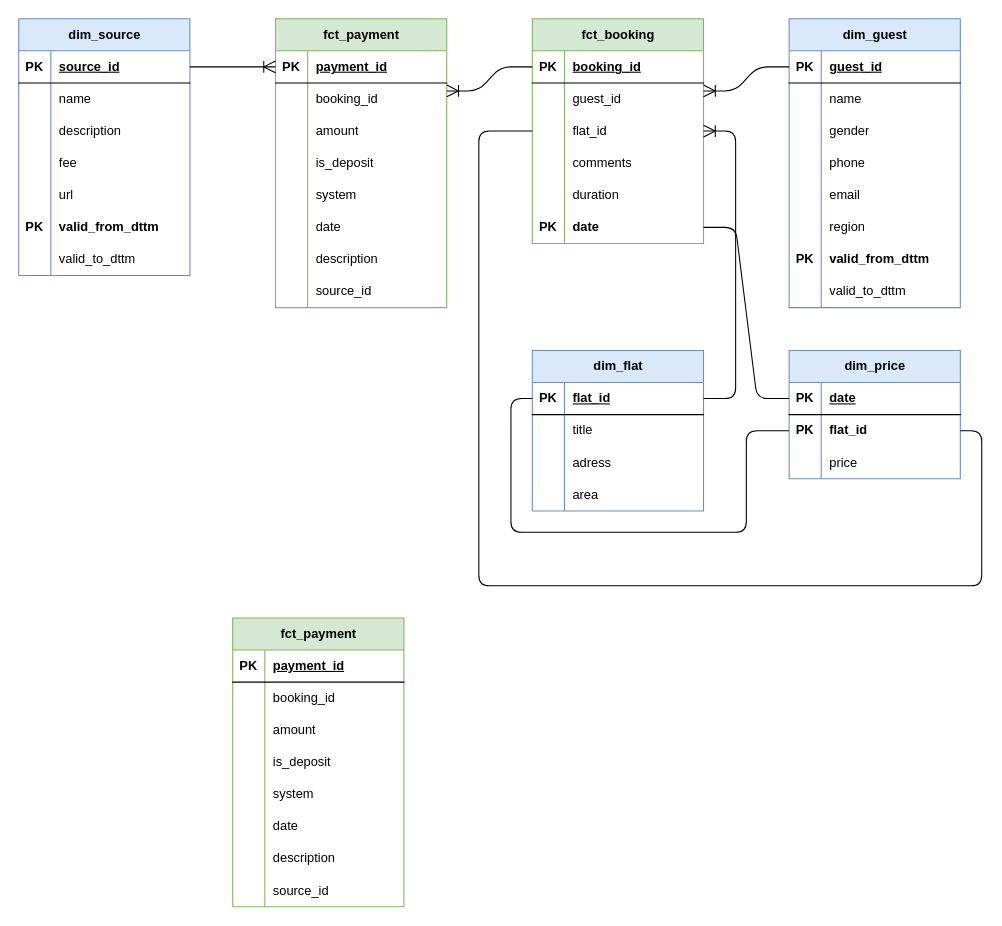
The draw.io diagram page "dimension_modelling" (1 of 3) of dwh_flates.drawio in sanekalas/karpov_de, before the edit. Source tidied: cells renumbered, new cells numbered last; positions are measured from the earlier drawing's top-left corner, leaving out a move shared by most shapes. Both pictures are drawn from the tidied source at 107%, with x=0, y=0 at pixel (18, 18).
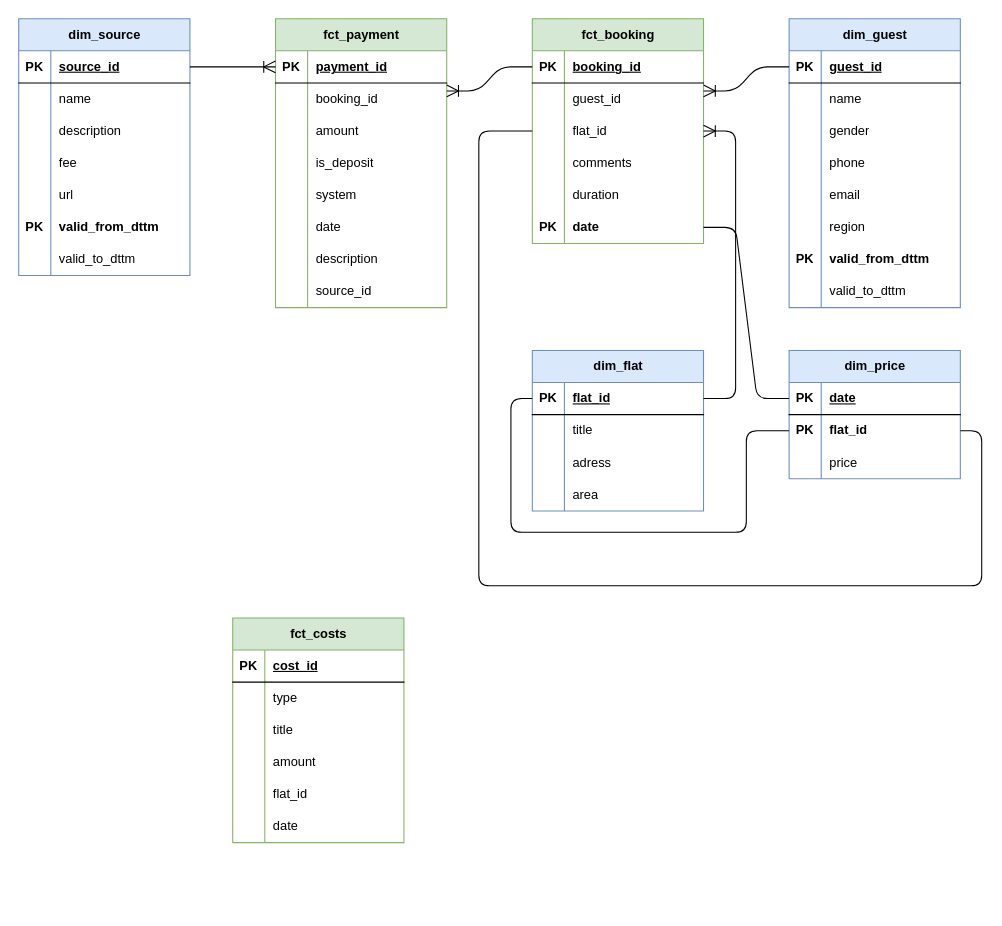
After the change.

Commit message:
Добавление fct_costs в dwh_flates.drawio

Unchanged cells that the change refers to:
```xml
<mxCell id="125" style="shape=tableRow;horizontal=0;startSize=0;swimlaneHead=0;swimlaneBody=0;fillColor=none;top=0;left=0;right=0;bottom=1;" parent="124" vertex="1">
  <mxGeometry y="30" width="160" height="30" as="geometry" />
</mxCell>
<mxCell id="128" style="shape=tableRow;horizontal=0;startSize=0;swimlaneHead=0;swimlaneBody=0;fillColor=none;top=0;left=0;right=0;bottom=0;" parent="124" vertex="1">
  <mxGeometry y="60" width="160" height="30" as="geometry" />
</mxCell>
<mxCell id="131" style="shape=tableRow;horizontal=0;startSize=0;swimlaneHead=0;swimlaneBody=0;fillColor=none;top=0;left=0;right=0;bottom=0;" parent="124" vertex="1">
  <mxGeometry y="90" width="160" height="30" as="geometry" />
</mxCell>
<mxCell id="134" style="shape=tableRow;horizontal=0;startSize=0;swimlaneHead=0;swimlaneBody=0;fillColor=none;top=0;left=0;right=0;bottom=0;" parent="124" vertex="1">
  <mxGeometry y="120" width="160" height="30" as="geometry" />
</mxCell>
<mxCell id="137" style="shape=tableRow;horizontal=0;startSize=0;swimlaneHead=0;swimlaneBody=0;fillColor=none;top=0;left=0;right=0;bottom=0;" parent="124" vertex="1">
  <mxGeometry y="150" width="160" height="30" as="geometry" />
</mxCell>
```

Change to the diagram source:
```diff
@@
-    <mxCell id="124" value="fct_payment" style="shape=table;startSize=30;childLayout=tableLayout;rowLines=0;fontStyle=1;align=center;html=1;fillColor=#d5e8d4;strokeColor=#82b366;" parent="1" vertex="1">
-      <mxGeometry x="200" y="560" width="160" height="270" as="geometry" />
+    <mxCell id="124" value="fct_costs" style="shape=table;startSize=30;childLayout=tableLayout;rowLines=0;fontStyle=1;align=center;html=1;fillColor=#d5e8d4;strokeColor=#82b366;" parent="1" vertex="1">
+      <mxGeometry x="200" y="560" width="160" height="210" as="geometry" />
     </mxCell>
@@
-    <mxCell id="127" value="payment_id" style="shape=partialRectangle;fillColor=none;top=0;left=0;bottom=0;right=0;align=left;spacingLeft=6;fontStyle=5;overflow=hidden;whiteSpace=wrap;html=1;" parent="125" vertex="1">
+    <mxCell id="127" value="cost_id" style="shape=partialRectangle;fillColor=none;top=0;left=0;bottom=0;right=0;align=left;spacingLeft=6;fontStyle=5;overflow=hidden;whiteSpace=wrap;html=1;" parent="125" vertex="1">
       <mxGeometry x="30" width="130" height="30" as="geometry" />
     </mxCell>
@@
-    <mxCell id="130" value="booking_id" style="shape=partialRectangle;fillColor=none;top=0;left=0;bottom=0;right=0;align=left;spacingLeft=6;overflow=hidden;whiteSpace=wrap;html=1;" parent="128" vertex="1">
+    <mxCell id="130" value="type" style="shape=partialRectangle;fillColor=none;top=0;left=0;bottom=0;right=0;align=left;spacingLeft=6;overflow=hidden;whiteSpace=wrap;html=1;" parent="128" vertex="1">
       <mxGeometry x="30" width="130" height="30" as="geometry" />
     </mxCell>
@@
-    <mxCell id="133" value="amount" style="shape=partialRectangle;fillColor=none;top=0;left=0;bottom=0;right=0;align=left;spacingLeft=6;overflow=hidden;whiteSpace=wrap;html=1;" parent="131" vertex="1">
+    <mxCell id="133" value="title" style="shape=partialRectangle;fillColor=none;top=0;left=0;bottom=0;right=0;align=left;spacingLeft=6;overflow=hidden;whiteSpace=wrap;html=1;" parent="131" vertex="1">
       <mxGeometry x="30" width="130" height="30" as="geometry" />
     </mxCell>
@@
-    <mxCell id="136" value="is_deposit" style="shape=partialRectangle;fillColor=none;top=0;left=0;bottom=0;right=0;align=left;spacingLeft=6;overflow=hidden;whiteSpace=wrap;html=1;" parent="134" vertex="1">
+    <mxCell id="136" value="amount" style="shape=partialRectangle;fillColor=none;top=0;left=0;bottom=0;right=0;align=left;spacingLeft=6;overflow=hidden;whiteSpace=wrap;html=1;" parent="134" vertex="1">
       <mxGeometry x="30" width="130" height="30" as="geometry" />
     </mxCell>
@@
-    <mxCell id="139" value="system" style="shape=partialRectangle;fillColor=none;top=0;left=0;bottom=0;right=0;align=left;spacingLeft=6;overflow=hidden;whiteSpace=wrap;html=1;" parent="137" vertex="1">
+    <mxCell id="139" value="flat_id" style="shape=partialRectangle;fillColor=none;top=0;left=0;bottom=0;right=0;align=left;spacingLeft=6;overflow=hidden;whiteSpace=wrap;html=1;" parent="137" vertex="1">
       <mxGeometry x="30" width="130" height="30" as="geometry" />
     </mxCell>
@@
-    <mxCell id="143" style="shape=tableRow;horizontal=0;startSize=0;swimlaneHead=0;swimlaneBody=0;fillColor=none;top=0;left=0;right=0;bottom=0;" parent="124" vertex="1">
-      <mxGeometry y="210" width="160" height="30" as="geometry" />
-    </mxCell>
-    <mxCell id="144" style="shape=partialRectangle;fillColor=none;top=0;left=0;bottom=0;right=0;overflow=hidden;whiteSpace=wrap;html=1;" parent="143" vertex="1">
-      <mxGeometry width="30" height="30" as="geometry" />
-    </mxCell>
-    <mxCell id="145" value="description" style="shape=partialRectangle;fillColor=none;top=0;left=0;bottom=0;right=0;align=left;spacingLeft=6;overflow=hidden;whiteSpace=wrap;html=1;" parent="143" vertex="1">
-      <mxGeometry x="30" width="130" height="30" as="geometry" />
-    </mxCell>
-    <mxCell id="146" style="shape=tableRow;horizontal=0;startSize=0;swimlaneHead=0;swimlaneBody=0;fillColor=none;top=0;left=0;right=0;bottom=0;" parent="124" vertex="1">
-      <mxGeometry y="240" width="160" height="30" as="geometry" />
-    </mxCell>
-    <mxCell id="147" style="shape=partialRectangle;fillColor=none;top=0;left=0;bottom=0;right=0;overflow=hidden;whiteSpace=wrap;html=1;" parent="146" vertex="1">
-      <mxGeometry width="30" height="30" as="geometry" />
-    </mxCell>
-    <mxCell id="148" value="source_id" style="shape=partialRectangle;fillColor=none;top=0;left=0;bottom=0;right=0;align=left;spacingLeft=6;overflow=hidden;whiteSpace=wrap;html=1;" parent="146" vertex="1">
-      <mxGeometry x="30" width="130" height="30" as="geometry" />
-    </mxCell>
```
